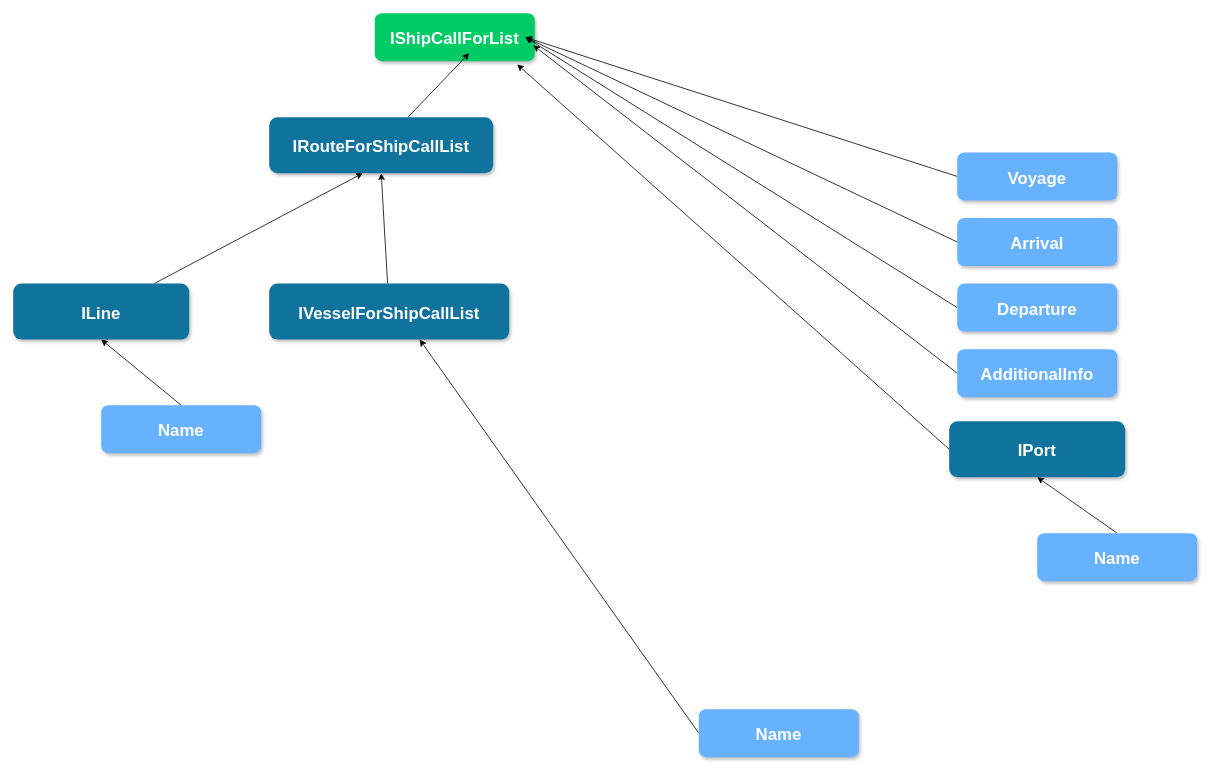
This is htdocs/interface_tree_2.drawio from Leksiqq/DtoKit, a draw.io file, before an edit. Source tidied: cells renumbered, new cells numbered last; positions are measured from the earlier drawing's top-left corner, leaving out a move shared by most shapes. Both pictures are drawn from the tidied source at 80%, with x=0, y=0 at pixel (13, 13).
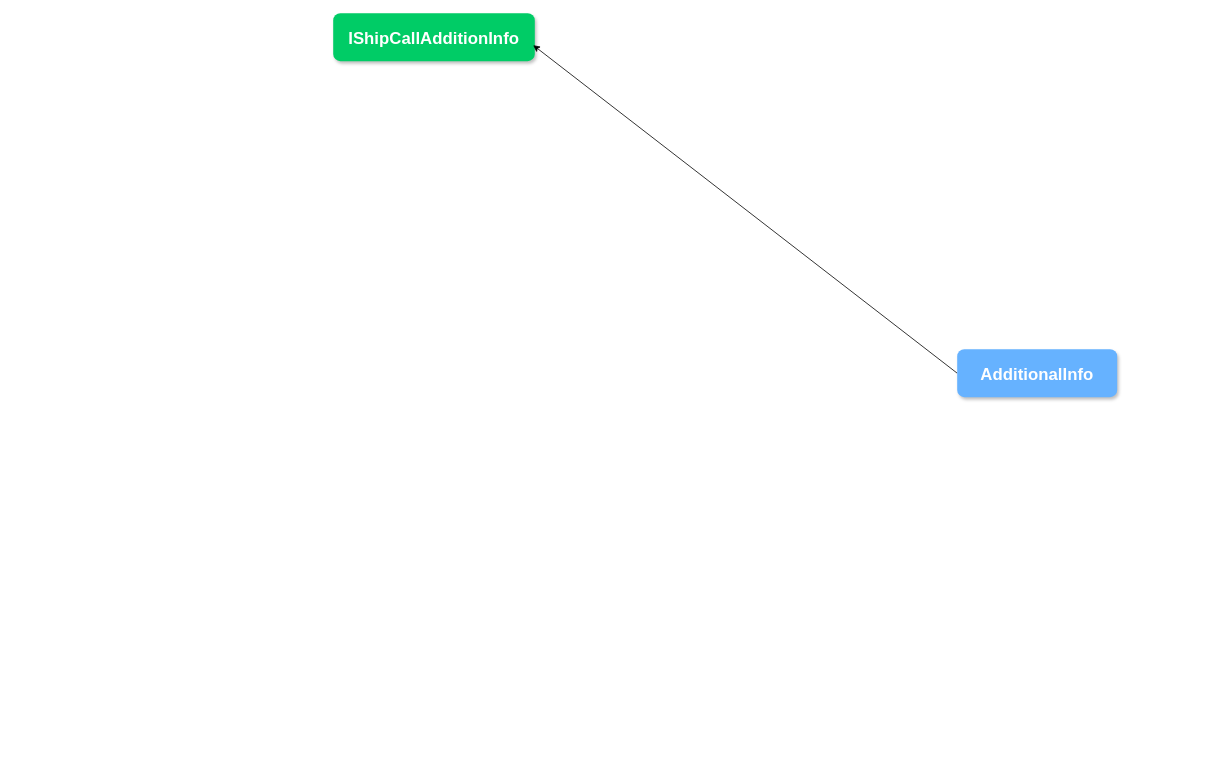
Above is the later version.

What changed in the source:
```diff
@@
-    <mxCell id="2" value="IShipCallForList" style="rounded=1;fillColor=#00CC66;strokeColor=none;shadow=1;gradientColor=none;fontStyle=1;fontColor=#FFFFFF;fontSize=21&#10;;" parent="1" vertex="1">
-      <mxGeometry x="452" width="200" height="60" as="geometry" />
+    <mxCell id="2" value="IShipCallAdditionInfo" style="rounded=1;fillColor=#00CC66;strokeColor=none;shadow=1;gradientColor=none;fontStyle=1;fontColor=#FFFFFF;fontSize=21&#10;;" parent="1" vertex="1">
+      <mxGeometry x="400" width="252" height="60" as="geometry" />
     </mxCell>
-    <mxCell id="3" style="edgeStyle=none;rounded=0;jettySize=auto;html=1;entryX=0.59;entryY=0.833;entryDx=0;entryDy=0;entryPerimeter=0;" parent="1" edge="1" source="4" target="2">
-      <mxGeometry relative="1" as="geometry" />
-    </mxCell>
-    <mxCell id="4" value="IRouteForShipCallList" style="rounded=1;fillColor=#10739E;strokeColor=none;shadow=1;gradientColor=none;fontStyle=1;fontColor=#FFFFFF;fontSize=21&#10;;" parent="1" vertex="1">
-      <mxGeometry x="320" y="130" width="280" height="70" as="geometry" />
-    </mxCell>
-    <mxCell id="5" style="edgeStyle=none;rounded=0;jettySize=auto;html=1;exitX=0;exitY=0.5;exitDx=0;exitDy=0;" parent="1" edge="1" source="6">
-      <mxGeometry relative="1" as="geometry">
-        <mxPoint x="640" y="30" as="targetPoint" />
-      </mxGeometry>
-    </mxCell>
-    <mxCell id="6" value="Voyage" style="rounded=1;fillColor=#66B2FF;strokeColor=none;shadow=1;gradientColor=none;fontStyle=1;fontColor=#FFFFFF;fontSize=21&#10;;" parent="1" vertex="1">
-      <mxGeometry x="1180" y="174" width="200" height="60" as="geometry" />
-    </mxCell>
-    <mxCell id="7" style="edgeStyle=none;rounded=0;jettySize=auto;html=1;exitX=0;exitY=0.5;exitDx=0;exitDy=0;" parent="1" edge="1" source="8">
-      <mxGeometry relative="1" as="geometry">
-        <mxPoint x="640" y="30" as="targetPoint" />
-      </mxGeometry>
-    </mxCell>
-    <mxCell id="8" value="Arrival" style="rounded=1;fillColor=#66B2FF;strokeColor=none;shadow=1;gradientColor=none;fontStyle=1;fontColor=#FFFFFF;fontSize=21&#10;;" parent="1" vertex="1">
-      <mxGeometry x="1180" y="256" width="200" height="60" as="geometry" />
-    </mxCell>
-    <mxCell id="9" style="edgeStyle=none;rounded=0;jettySize=auto;html=1;exitX=0;exitY=0.5;exitDx=0;exitDy=0;" parent="1" edge="1" source="10">
-      <mxGeometry relative="1" as="geometry">
-        <mxPoint x="640" y="30" as="targetPoint" />
-      </mxGeometry>
-    </mxCell>
-    <mxCell id="10" value="Departure" style="rounded=1;fillColor=#66B2FF;strokeColor=none;shadow=1;gradientColor=none;fontStyle=1;fontColor=#FFFFFF;fontSize=21&#10;;" parent="1" vertex="1">
-      <mxGeometry x="1180" y="338" width="200" height="60" as="geometry" />
-    </mxCell>
@@
-    <mxCell id="13" style="edgeStyle=none;rounded=0;orthogonalLoop=1;jettySize=auto;html=1;entryX=0;entryY=0.75;entryDx=0;entryDy=0;" parent="1" edge="1">
-      <mxGeometry relative="1" as="geometry">
-        <mxPoint x="1180" y="137" as="sourcePoint" />
-        <mxPoint x="1180" y="137" as="targetPoint" />
-      </mxGeometry>
-    </mxCell>
-    <mxCell id="14" style="edgeStyle=none;rounded=0;jettySize=auto;html=1;entryX=0.418;entryY=1;entryDx=0;entryDy=0;entryPerimeter=0;" parent="1" edge="1" source="15" target="4">
-      <mxGeometry relative="1" as="geometry" />
-    </mxCell>
-    <mxCell id="15" value="ILine" style="rounded=1;fillColor=#10739E;strokeColor=none;shadow=1;gradientColor=none;fontStyle=1;fontColor=#FFFFFF;fontSize=21&#10;;" parent="1" vertex="1">
-      <mxGeometry y="338" width="220" height="70" as="geometry" />
-    </mxCell>
-    <mxCell id="16" style="edgeStyle=none;rounded=0;jettySize=auto;html=1;entryX=0.5;entryY=1;entryDx=0;entryDy=0;" parent="1" edge="1" source="17" target="4">
-      <mxGeometry relative="1" as="geometry" />
-    </mxCell>
-    <mxCell id="17" value="IVesselForShipCallList" style="rounded=1;fillColor=#10739E;strokeColor=none;shadow=1;gradientColor=none;fontStyle=1;fontColor=#FFFFFF;fontSize=21&#10;;" parent="1" vertex="1">
-      <mxGeometry x="320" y="338" width="300" height="70" as="geometry" />
-    </mxCell>
-    <mxCell id="18" style="edgeStyle=none;rounded=0;jettySize=auto;html=1;exitX=0;exitY=0.5;exitDx=0;exitDy=0;entryX=0.89;entryY=1.067;entryDx=0;entryDy=0;entryPerimeter=0;" parent="1" edge="1" source="19" target="2">
-      <mxGeometry relative="1" as="geometry" />
-    </mxCell>
-    <mxCell id="19" value="IPort" style="rounded=1;fillColor=#10739E;strokeColor=none;shadow=1;gradientColor=none;fontStyle=1;fontColor=#FFFFFF;fontSize=21&#10;;" parent="1" vertex="1">
-      <mxGeometry x="1170" y="510" width="220" height="70" as="geometry" />
-    </mxCell>
-    <mxCell id="20" style="edgeStyle=none;rounded=0;jettySize=auto;html=1;exitX=0.5;exitY=0;exitDx=0;exitDy=0;entryX=0.5;entryY=1;entryDx=0;entryDy=0;" parent="1" edge="1" source="21" target="19">
-      <mxGeometry relative="1" as="geometry" />
-    </mxCell>
-    <mxCell id="21" value="Name" style="rounded=1;fillColor=#66B2FF;strokeColor=none;shadow=1;gradientColor=none;fontStyle=1;fontColor=#FFFFFF;fontSize=21&#10;;" parent="1" vertex="1">
-      <mxGeometry x="1280" y="650" width="200" height="60" as="geometry" />
-    </mxCell>
-    <mxCell id="22" style="edgeStyle=none;rounded=0;jettySize=auto;html=1;exitX=0.5;exitY=0;exitDx=0;exitDy=0;entryX=0.5;entryY=1;entryDx=0;entryDy=0;" parent="1" edge="1" source="23" target="15">
-      <mxGeometry relative="1" as="geometry" />
-    </mxCell>
-    <mxCell id="23" value="Name" style="rounded=1;fillColor=#66B2FF;strokeColor=none;shadow=1;gradientColor=none;fontStyle=1;fontColor=#FFFFFF;fontSize=21&#10;;" parent="1" vertex="1">
-      <mxGeometry x="110" y="490" width="200" height="60" as="geometry" />
-    </mxCell>
-    <mxCell id="24" style="edgeStyle=none;rounded=0;jettySize=auto;html=1;exitX=0;exitY=0.5;exitDx=0;exitDy=0;entryX=0.627;entryY=1;entryDx=0;entryDy=0;entryPerimeter=0;" parent="1" edge="1" source="25" target="17">
-      <mxGeometry relative="1" as="geometry" />
-    </mxCell>
-    <mxCell id="25" value="Name" style="rounded=1;fillColor=#66B2FF;strokeColor=none;shadow=1;gradientColor=none;fontStyle=1;fontColor=#FFFFFF;fontSize=21&#10;;" parent="1" vertex="1">
-      <mxGeometry x="857" y="870" width="200" height="60" as="geometry" />
-    </mxCell>
```
